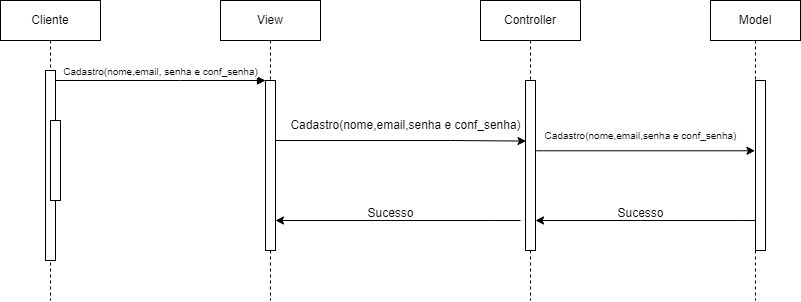
This is arquivosinuteis/diagramasequencia1.drawio.png from Miguel11h/tcc, a draw.io export, as it was before one commit. Source tidied: cells renumbered, new cells last; positions are measured from the earlier drawing's top-left corner, leaving out a move shared by most shapes.
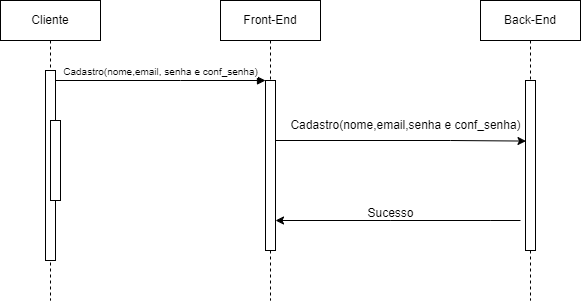
After the commit.

The edit, as a diff of the source:
```diff
@@ -11,7 +11,7 @@
     <mxCell id="4" style="html=1;perimeter=orthogonalPerimeter;targetShapes=umlLifeline;newEdgeStyle={&quot;edgeStyle&quot;:&quot;elbowEdgeStyle&quot;,&quot;elbow&quot;:&quot;vertical&quot;,&quot;curved&quot;:0,&quot;rounded&quot;:0};" parent="2" vertex="1">
       <mxGeometry x="50" y="120" width="10" height="80" as="geometry" />
     </mxCell>
-    <mxCell id="5" value="View" style="shape=umlLifeline;perimeter=lifelinePerimeter;whiteSpace=wrap;html=1;newEdgeStyle={&quot;edgeStyle&quot;:&quot;elbowEdgeStyle&quot;,&quot;elbow&quot;:&quot;vertical&quot;,&quot;curved&quot;:0,&quot;rounded&quot;:0};" parent="1" vertex="1">
+    <mxCell id="5" value="Front-End" style="shape=umlLifeline;perimeter=lifelinePerimeter;whiteSpace=wrap;html=1;newEdgeStyle={&quot;edgeStyle&quot;:&quot;elbowEdgeStyle&quot;,&quot;elbow&quot;:&quot;vertical&quot;,&quot;curved&quot;:0,&quot;rounded&quot;:0};" parent="1" vertex="1">
       <mxGeometry x="220" width="100" height="300" as="geometry" />
     </mxCell>
     <mxCell id="6" style="html=1;points=[];perimeter=orthogonalPerimeter;outlineConnect=0;targetShapes=umlLifeline;portConstraint=eastwest;newEdgeStyle={&quot;edgeStyle&quot;:&quot;elbowEdgeStyle&quot;,&quot;elbow&quot;:&quot;vertical&quot;,&quot;curved&quot;:0,&quot;rounded&quot;:0};" parent="5" vertex="1">
@@ -24,7 +24,7 @@
         </Array>
       </mxGeometry>
     </mxCell>
-    <mxCell id="8" value="Controller" style="shape=umlLifeline;perimeter=lifelinePerimeter;whiteSpace=wrap;html=1;newEdgeStyle={&quot;edgeStyle&quot;:&quot;elbowEdgeStyle&quot;,&quot;elbow&quot;:&quot;vertical&quot;,&quot;curved&quot;:0,&quot;rounded&quot;:0};" parent="1" vertex="1">
+    <mxCell id="8" value="Back-End" style="shape=umlLifeline;perimeter=lifelinePerimeter;whiteSpace=wrap;html=1;newEdgeStyle={&quot;edgeStyle&quot;:&quot;elbowEdgeStyle&quot;,&quot;elbow&quot;:&quot;vertical&quot;,&quot;curved&quot;:0,&quot;rounded&quot;:0};" parent="1" vertex="1">
       <mxGeometry x="480" width="100" height="300" as="geometry" />
     </mxCell>
     <mxCell id="9" style="html=1;points=[];perimeter=orthogonalPerimeter;outlineConnect=0;targetShapes=umlLifeline;portConstraint=eastwest;newEdgeStyle={&quot;edgeStyle&quot;:&quot;elbowEdgeStyle&quot;,&quot;elbow&quot;:&quot;vertical&quot;,&quot;curved&quot;:0,&quot;rounded&quot;:0};" parent="8" vertex="1">
@@ -40,30 +40,6 @@
     <mxCell id="11" value="Cadastro(nome,email,senha e conf_senha)" style="text;html=1;align=center;verticalAlign=middle;points=[];strokeColor=none;fillColor=none;" parent="1" vertex="1">
       <mxGeometry x="280" y="110" width="250" height="30" as="geometry" />
     </mxCell>
-    <mxCell id="12" value="Model" style="shape=umlLifeline;perimeter=lifelinePerimeter;whiteSpace=wrap;html=1;outlineConnect=0;portConstraint=eastwest;newEdgeStyle={&quot;edgeStyle&quot;:&quot;elbowEdgeStyle&quot;,&quot;elbow&quot;:&quot;vertical&quot;,&quot;curved&quot;:0,&quot;rounded&quot;:0};" parent="1" vertex="1">
-      <mxGeometry x="710" width="90" height="300" as="geometry" />
-    </mxCell>
-    <mxCell id="13" style="html=1;perimeter=orthogonalPerimeter;targetShapes=umlLifeline;newEdgeStyle={&quot;edgeStyle&quot;:&quot;elbowEdgeStyle&quot;,&quot;elbow&quot;:&quot;vertical&quot;,&quot;curved&quot;:0,&quot;rounded&quot;:0};" parent="12" vertex="1">
-      <mxGeometry x="45" y="80" width="10" height="170" as="geometry" />
-    </mxCell>
-    <mxCell id="14" style="endArrow=classic;html=1;rounded=0;exitX=0.027;exitY=1.009;exitDx=0;exitDy=0;exitPerimeter=0;" parent="1" edge="1" source="15" target="12">
-      <mxGeometry relative="1" as="geometry" />
-    </mxCell>
-    <mxCell id="15" value="Cadastro(nome,email,senha e conf_senha)" style="text;html=1;align=center;verticalAlign=middle;points=[];strokeColor=none;fillColor=none;rotation=0;fontSize=10;" parent="1" vertex="1">
-      <mxGeometry x="530" y="120" width="220" height="30" as="geometry" />
-    </mxCell>
-    <mxCell id="16" style="endArrow=classic;html=1;rounded=0;" parent="1" edge="1" target="9">
-      <mxGeometry relative="1" as="geometry">
-        <mxPoint x="754.8" y="220" as="sourcePoint" />
-        <Array as="points">
-          <mxPoint x="740.3" y="220" />
-          <mxPoint x="640.3" y="220" />
-        </Array>
-      </mxGeometry>
-    </mxCell>
-    <mxCell id="17" value="Sucesso" style="text;html=1;align=center;verticalAlign=middle;strokeColor=none;fillColor=none;" parent="1" vertex="1">
-      <mxGeometry x="605" y="198" width="70" height="30" as="geometry" />
-    </mxCell>
     <mxCell id="18" style="endArrow=classic;html=1;rounded=0;" parent="1" edge="1" target="6">
       <mxGeometry relative="1" as="geometry">
         <mxPoint x="520" y="220" as="sourcePoint" />
```
